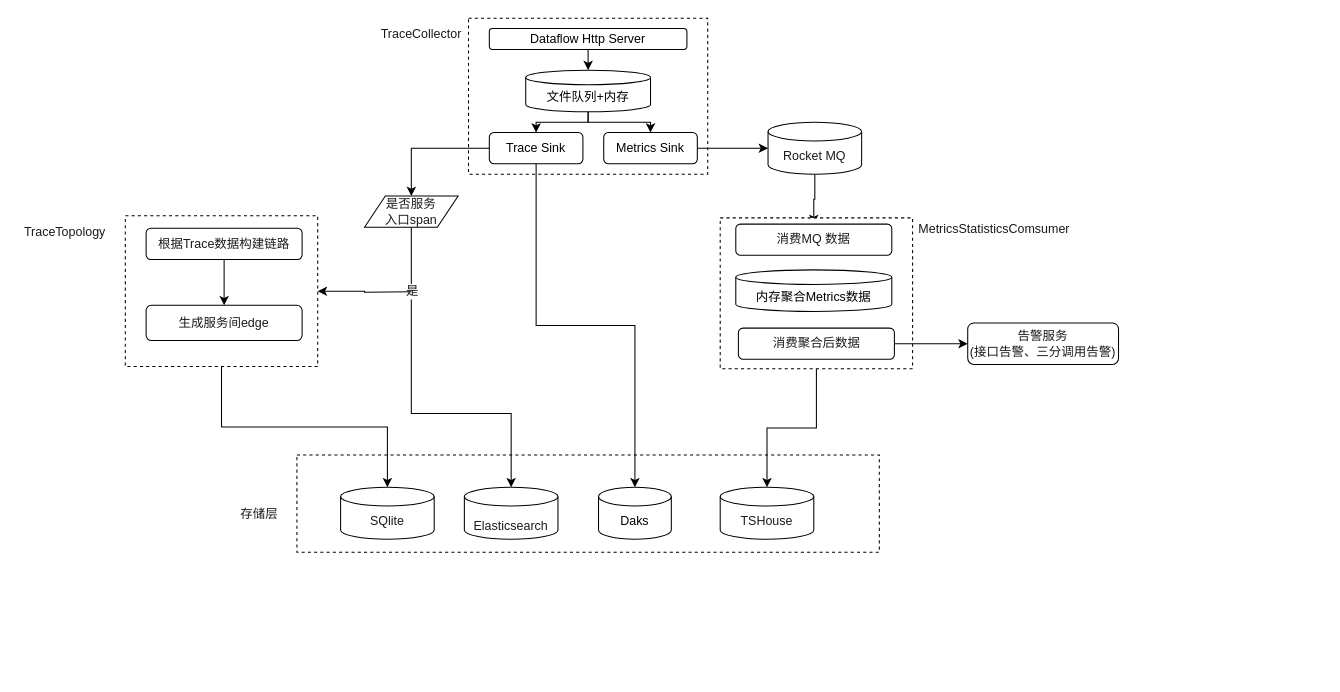
The draw.io diagram Untitled Diagram.drawio in sj842166947/draw, before the edit. Source tidied: cells renumbered, new cells numbered last; positions are measured from the earlier drawing's top-left corner, leaving out a move shared by most shapes. Both pictures are drawn from the tidied source at 104%, with x=0, y=0 at pixel (18, 18).
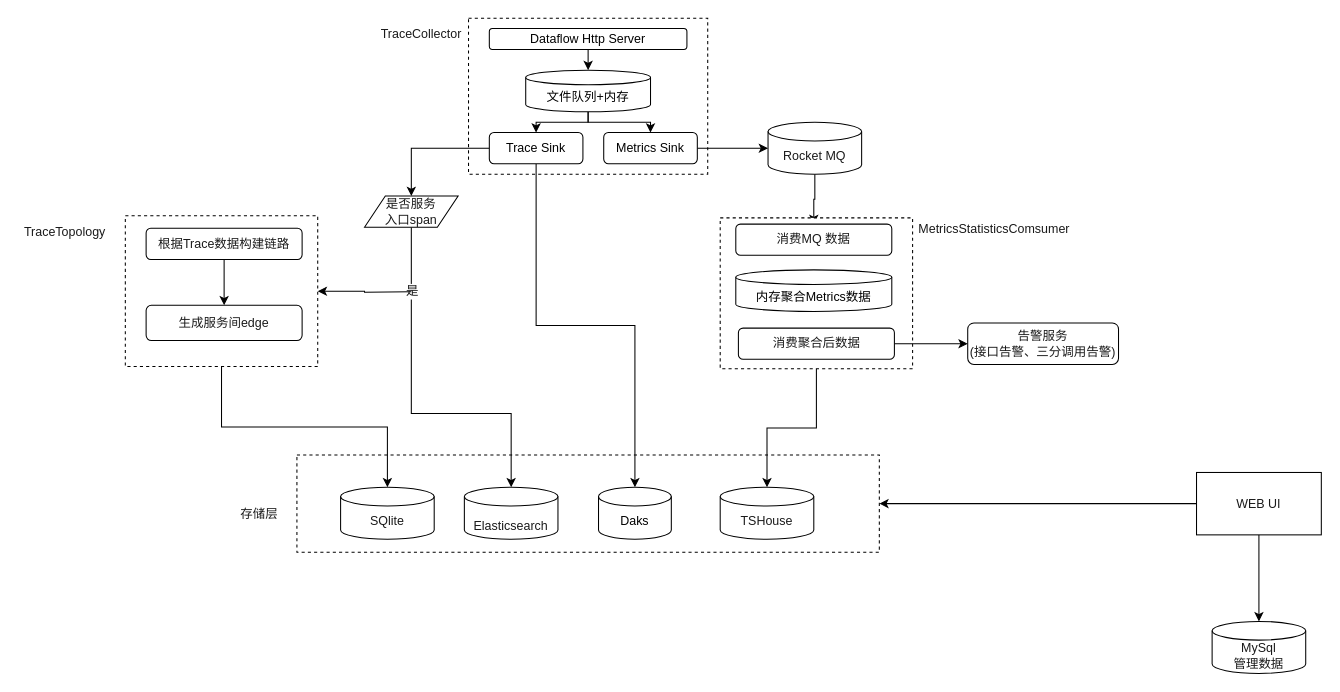
Above is the later version.

Unchanged cells that the change refers to:
```xml
<mxCell id="2" style="rounded=0;whiteSpace=wrap;html=1;fontFamily=Helvetica;fontSize=12;fontColor=#1A1A1A;fillColor=none;dashed=1;" parent="1" vertex="1">
  <mxGeometry x="268" y="420" width="560" height="93.5" as="geometry" />
</mxCell>
```

Diff of the diagram source:
```diff
@@
+    <mxCell id="40" style="edgeStyle=orthogonalEdgeStyle;rounded=0;jettySize=auto;html=1;entryX=1;entryY=0.5;entryDx=0;entryDy=0;fontFamily=Helvetica;fontSize=12;fontColor=#1A1A1A;" parent="1" edge="1" source="42" target="2">
+      <mxGeometry relative="1" as="geometry" />
+    </mxCell>
+    <mxCell id="41" style="edgeStyle=orthogonalEdgeStyle;rounded=0;jettySize=auto;html=1;exitX=0.5;exitY=1;exitDx=0;exitDy=0;entryX=0.5;entryY=0;entryDx=0;entryDy=0;entryPerimeter=0;fontFamily=Helvetica;fontSize=12;fontColor=#1A1A1A;" parent="1" edge="1" source="42" target="43">
+      <mxGeometry relative="1" as="geometry" />
+    </mxCell>
+    <mxCell id="42" value="WEB UI" style="rounded=0;whiteSpace=wrap;html=1;fontFamily=Helvetica;fontSize=12;fontColor=#1A1A1A;fillColor=default;" parent="1" vertex="1">
+      <mxGeometry x="1133" y="436.8" width="120" height="60" as="geometry" />
+    </mxCell>
+    <mxCell id="43" value="&lt;font color=&quot;#1a1a1a&quot;&gt;MySql&lt;br&gt;管理数据&lt;br&gt;&lt;/font&gt;" style="shape=cylinder3;whiteSpace=wrap;html=1;boundedLbl=1;backgroundOutline=1;size=9;fillColor=default;" parent="1" vertex="1">
+      <mxGeometry x="1148" y="580" width="90" height="50" as="geometry" />
+    </mxCell>
```
